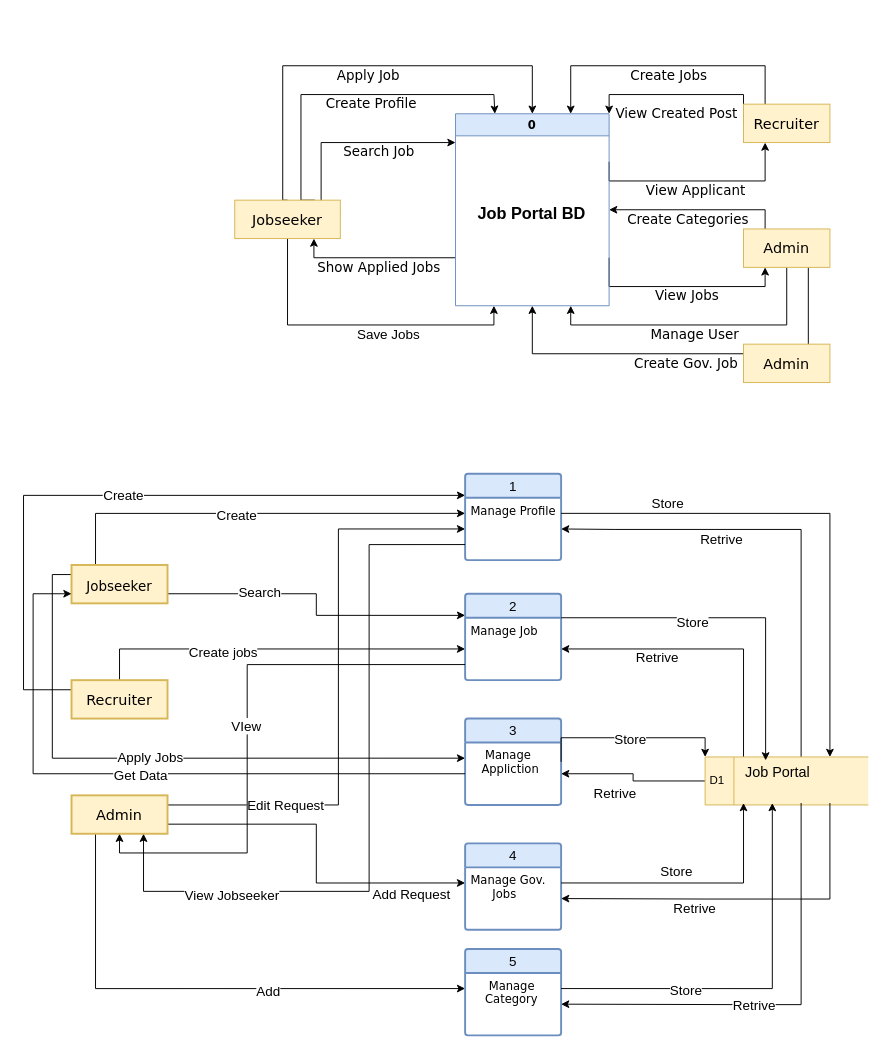
musaddak7/jobportalbd keeps this draw.io diagram as page "Page-1" (1 of 10) of public/uploads/Untitled Diagram.drawio. Above is the earlier version. Source tidied: cells renumbered, new cells numbered last; positions are measured from the earlier drawing's top-left corner, leaving out a move shared by most shapes. Both pictures are drawn from the tidied source at 96%, with x=0, y=0 at pixel (23, 65).
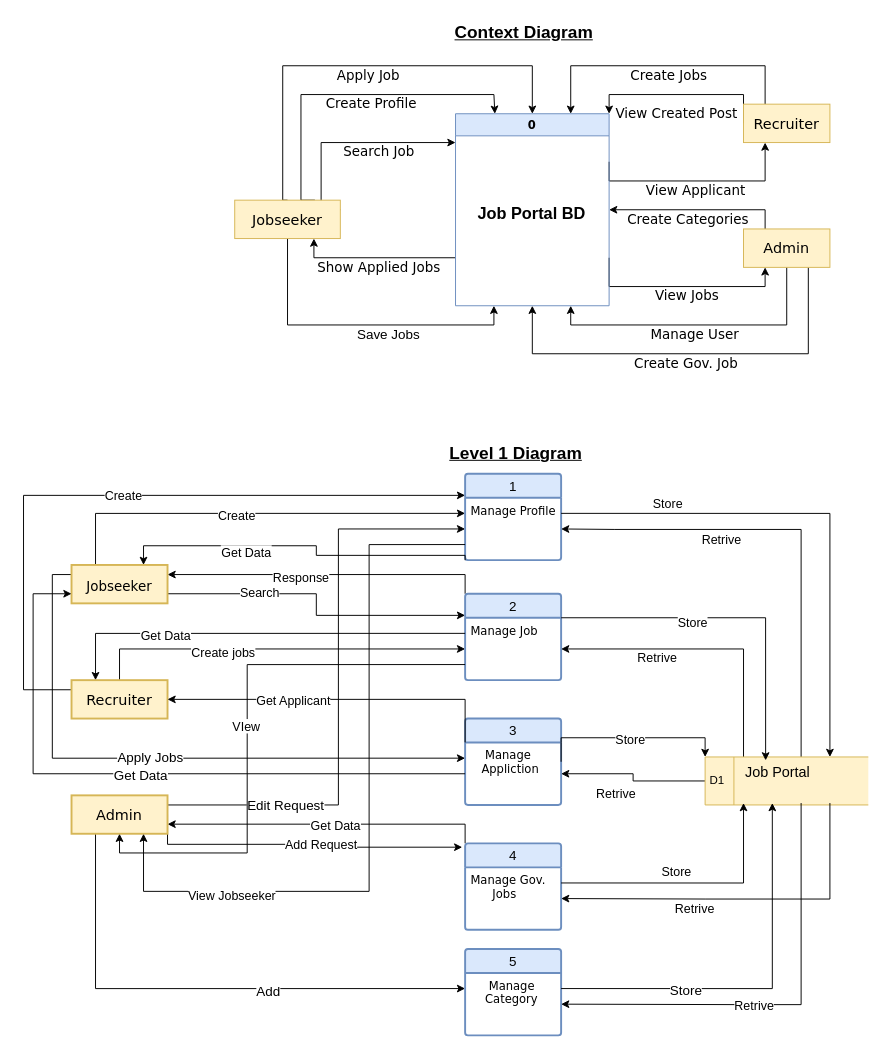
After the change.

The change refers to these unchanged cells:
```xml
<mxCell id="19" value="1" style="swimlane;horizontal=1;startSize=25;rounded=1;fontSize=14;fontStyle=0;strokeWidth=2;shadow=0;dashed=0;align=center;arcSize=4;whiteSpace=wrap;html=1;fillColor=#dae8fc;strokeColor=#6c8ebf;" parent="1" vertex="1">
  <mxGeometry x="460" y="425" width="100" height="90" as="geometry" />
</mxCell>
<mxCell id="20" value="&lt;div&gt;&lt;font style=&quot;font-size: 12px;&quot; face=&quot;Verdana&quot;&gt;Manage Profile&lt;/font&gt;&lt;/div&gt;" style="align=left;strokeColor=none;fillColor=none;spacingLeft=4;fontSize=12;verticalAlign=top;html=1;" parent="19" vertex="1">
  <mxGeometry y="25" width="100" height="65" as="geometry" />
</mxCell>
<mxCell id="21" value="2" style="swimlane;horizontal=1;startSize=25;rounded=1;fontSize=14;fontStyle=0;strokeWidth=2;shadow=0;dashed=0;align=center;arcSize=4;whiteSpace=wrap;html=1;fillColor=#dae8fc;strokeColor=#6c8ebf;" parent="1" vertex="1">
  <mxGeometry x="460" y="550" width="100" height="90" as="geometry" />
</mxCell>
<mxCell id="22" value="&lt;font style=&quot;font-size: 12px;&quot; face=&quot;Verdana&quot;&gt;Manage Job&lt;/font&gt;&lt;div&gt;&lt;br&gt;&lt;/div&gt;" style="align=left;strokeColor=none;fillColor=none;spacingLeft=4;fontSize=12;verticalAlign=top;html=1;" parent="21" vertex="1">
  <mxGeometry y="25" width="100" height="65" as="geometry" />
</mxCell>
<mxCell id="24" value="&lt;div&gt;&lt;font face=&quot;Verdana&quot;&gt;&amp;nbsp; &amp;nbsp; Manage&lt;/font&gt;&lt;/div&gt;&lt;div&gt;&lt;font face=&quot;Verdana&quot;&gt;&amp;nbsp;&amp;nbsp; Appliction&lt;/font&gt;&lt;/div&gt;" style="align=left;strokeColor=none;fillColor=none;spacingLeft=4;fontSize=12;verticalAlign=top;html=1;" parent="23" vertex="1">
  <mxGeometry y="25" width="100" height="65" as="geometry" />
</mxCell>
<mxCell id="25" value="4" style="swimlane;horizontal=1;startSize=25;rounded=1;fontSize=14;fontStyle=0;strokeWidth=2;shadow=0;dashed=0;align=center;arcSize=4;whiteSpace=wrap;html=1;fillColor=#dae8fc;strokeColor=#6c8ebf;" parent="1" vertex="1">
  <mxGeometry x="460" y="810" width="100" height="90" as="geometry" />
</mxCell>
<mxCell id="26" value="&lt;div&gt;&lt;font face=&quot;Verdana&quot;&gt;Manage Gov.&lt;/font&gt;&lt;/div&gt;&lt;div&gt;&lt;font face=&quot;Verdana&quot;&gt;&amp;nbsp;&amp;nbsp;&amp;nbsp;&amp;nbsp;&amp;nbsp; Jobs&lt;br&gt;&lt;/font&gt;&lt;/div&gt;" style="align=left;strokeColor=none;fillColor=none;spacingLeft=4;fontSize=12;verticalAlign=top;html=1;" parent="25" vertex="1">
  <mxGeometry y="25" width="100" height="65" as="geometry" />
</mxCell>
<mxCell id="27" style="edgeStyle=orthogonalEdgeStyle;rounded=0;jettySize=auto;html=1;exitX=1;exitY=0.25;exitDx=0;exitDy=0;entryX=0;entryY=0.25;entryDx=0;entryDy=0;" parent="1" edge="1" source="33" target="21">
  <mxGeometry relative="1" as="geometry">
    <Array as="points">
      <mxPoint x="150" y="550" />
      <mxPoint x="305" y="550" />
      <mxPoint x="305" y="573" />
    </Array>
  </mxGeometry>
</mxCell>
<mxCell id="31" style="edgeStyle=orthogonalEdgeStyle;rounded=0;jettySize=auto;html=1;exitX=0.25;exitY=0;exitDx=0;exitDy=0;entryX=0;entryY=0.25;entryDx=0;entryDy=0;" parent="1" edge="1" source="33" target="20">
  <mxGeometry relative="1" as="geometry" />
</mxCell>
<mxCell id="33" value="&lt;font face=&quot;Verdana&quot; style=&quot;font-size: 14px;&quot;&gt;Jobseeker&lt;/font&gt;" style="whiteSpace=wrap;html=1;align=center;labelBackgroundColor=none;labelBorderColor=none;fontSize=14;spacing=20;spacingTop=6;strokeWidth=2;fillColor=#fff2cc;strokeColor=#d6b656;" parent="1" vertex="1">
  <mxGeometry x="50" y="520" width="100" height="40" as="geometry" />
</mxCell>
<mxCell id="35" style="edgeStyle=orthogonalEdgeStyle;rounded=0;jettySize=auto;html=1;exitX=0.5;exitY=0;exitDx=0;exitDy=0;entryX=0;entryY=0.5;entryDx=0;entryDy=0;" parent="1" edge="1" source="37" target="22">
  <mxGeometry relative="1" as="geometry" />
</mxCell>
<mxCell id="37" value="&lt;font face=&quot;Verdana&quot; style=&quot;font-size: 15px;&quot;&gt;Recruiter&lt;/font&gt;" style="whiteSpace=wrap;html=1;align=center;strokeWidth=2;fillColor=#fff2cc;strokeColor=#d6b656;" parent="1" vertex="1">
  <mxGeometry x="50" y="640" width="100" height="40" as="geometry" />
</mxCell>
<mxCell id="45" value="&lt;font style=&quot;font-size: 15px;&quot; face=&quot;Verdana&quot;&gt;Admin&lt;/font&gt;" style="whiteSpace=wrap;html=1;align=center;strokeWidth=2;fillColor=#fff2cc;strokeColor=#d6b656;" parent="1" vertex="1">
  <mxGeometry x="50" y="760" width="100" height="40" as="geometry" />
</mxCell>
<mxCell id="46" style="edgeStyle=orthogonalEdgeStyle;rounded=0;jettySize=auto;html=1;exitX=0.5;exitY=0;exitDx=0;exitDy=0;entryX=1;entryY=0.5;entryDx=0;entryDy=0;" parent="1" edge="1" source="52" target="20">
  <mxGeometry relative="1" as="geometry">
    <Array as="points">
      <mxPoint x="810" y="483" />
      <mxPoint x="616" y="483" />
    </Array>
  </mxGeometry>
</mxCell>
<mxCell id="53" style="rounded=0;jettySize=auto;html=1;exitX=1;exitY=0;exitDx=0;exitDy=0;entryX=0.192;entryY=0.075;entryDx=0;entryDy=0;entryPerimeter=0;edgeStyle=orthogonalEdgeStyle;" parent="1" edge="1" source="22" target="52">
  <mxGeometry relative="1" as="geometry">
    <Array as="points">
      <mxPoint x="773" y="575" />
    </Array>
  </mxGeometry>
</mxCell>
<mxCell id="55" style="edgeStyle=orthogonalEdgeStyle;rounded=0;jettySize=auto;html=1;exitX=1;exitY=0.5;exitDx=0;exitDy=0;entryX=0;entryY=0;entryDx=0;entryDy=0;" parent="1" edge="1" source="23" target="51">
  <mxGeometry relative="1" as="geometry">
    <Array as="points">
      <mxPoint x="560" y="700" />
      <mxPoint x="710" y="700" />
    </Array>
  </mxGeometry>
</mxCell>
<mxCell id="57" style="edgeStyle=orthogonalEdgeStyle;rounded=0;jettySize=auto;html=1;exitX=0;exitY=0.75;exitDx=0;exitDy=0;entryX=0.75;entryY=1;entryDx=0;entryDy=0;" parent="1" edge="1" source="20" target="45">
  <mxGeometry relative="1" as="geometry">
    <Array as="points">
      <mxPoint x="360" y="499" />
      <mxPoint x="360" y="860" />
      <mxPoint x="125" y="860" />
    </Array>
  </mxGeometry>
</mxCell>
<mxCell id="63" style="edgeStyle=orthogonalEdgeStyle;rounded=0;jettySize=auto;html=1;exitX=0.5;exitY=1;exitDx=0;exitDy=0;entryX=1;entryY=0.5;entryDx=0;entryDy=0;" parent="1" edge="1" source="52" target="62">
  <mxGeometry relative="1" as="geometry">
    <Array as="points">
      <mxPoint x="810" y="978" />
      <mxPoint x="750" y="978" />
    </Array>
  </mxGeometry>
</mxCell>
<mxCell id="67" style="edgeStyle=orthogonalEdgeStyle;rounded=0;jettySize=auto;html=1;exitX=1;exitY=0.25;exitDx=0;exitDy=0;entryX=0.75;entryY=0;entryDx=0;entryDy=0;" parent="1" edge="1" source="20" target="52">
  <mxGeometry relative="1" as="geometry" />
</mxCell>
<mxCell id="74" style="edgeStyle=orthogonalEdgeStyle;rounded=0;jettySize=auto;html=1;exitX=0;exitY=0.75;exitDx=0;exitDy=0;entryX=0.5;entryY=1;entryDx=0;entryDy=0;" parent="1" edge="1" source="22" target="45">
  <mxGeometry relative="1" as="geometry">
    <Array as="points">
      <mxPoint x="233" y="624" />
      <mxPoint x="233" y="820" />
      <mxPoint x="100" y="820" />
    </Array>
  </mxGeometry>
</mxCell>
```

What changed in the source:
```diff
@@
+    <mxCell id="76" style="edgeStyle=orthogonalEdgeStyle;rounded=0;jettySize=auto;html=1;exitX=0;exitY=0;exitDx=0;exitDy=0;" parent="1" edge="1" source="21" target="33">
+      <mxGeometry relative="1" as="geometry">
+        <Array as="points">
+          <mxPoint x="460" y="530" />
+        </Array>
+      </mxGeometry>
+    </mxCell>
+    <mxCell id="77" value="&lt;font style=&quot;font-size: 13px;&quot;&gt;Response&lt;/font&gt;" style="edgeLabel;html=1;align=center;verticalAlign=middle;" parent="76" vertex="1">
+      <mxGeometry x="0.16" y="2" relative="1" as="geometry">
+        <mxPoint x="-1" as="offset" />
+      </mxGeometry>
+    </mxCell>
@@
+    <mxCell id="78" style="edgeStyle=orthogonalEdgeStyle;rounded=0;jettySize=auto;html=1;exitX=0;exitY=0;exitDx=0;exitDy=0;entryX=1;entryY=0.75;entryDx=0;entryDy=0;" parent="1" edge="1" source="25" target="45">
+      <mxGeometry relative="1" as="geometry" />
+    </mxCell>
+    <mxCell id="79" value="&lt;font style=&quot;font-size: 13px;&quot;&gt;Get Data&lt;br&gt;&lt;/font&gt;" style="edgeLabel;html=1;align=center;verticalAlign=middle;" parent="78" vertex="1">
+      <mxGeometry x="-0.11" y="4" relative="1" as="geometry">
+        <mxPoint x="-9" y="-3" as="offset" />
+      </mxGeometry>
+    </mxCell>
@@
-    <mxCell id="28" value="&lt;font style=&quot;font-size: 14px;&quot;&gt;Search&lt;/font&gt;" style="edgeLabel;html=1;align=center;verticalAlign=middle;" parent="27" vertex="1">
+    <mxCell id="28" value="&lt;font style=&quot;font-size: 13px;&quot;&gt;Search&lt;/font&gt;" style="edgeLabel;html=1;align=center;verticalAlign=middle;" parent="27" vertex="1">
       <mxGeometry x="-0.35" y="2" relative="1" as="geometry" />
     </mxCell>
@@
-    <mxCell id="32" value="&lt;font style=&quot;font-size: 14px;&quot;&gt;Create&lt;/font&gt;" style="edgeLabel;html=1;align=center;verticalAlign=middle;" parent="31" vertex="1">
+    <mxCell id="32" value="&lt;font style=&quot;font-size: 13px;&quot;&gt;Create&lt;/font&gt;" style="edgeLabel;html=1;align=center;verticalAlign=middle;" parent="31" vertex="1">
       <mxGeometry x="-0.09" y="-2" relative="1" as="geometry" />
     </mxCell>
@@
-    <mxCell id="34" value="&lt;font style=&quot;font-size: 14px;&quot;&gt;Create&lt;/font&gt;" style="edgeStyle=orthogonalEdgeStyle;rounded=0;jettySize=auto;html=1;exitX=0;exitY=0.25;exitDx=0;exitDy=0;entryX=0;entryY=0.25;entryDx=0;entryDy=0;" parent="1" edge="1" source="37" target="19">
+    <mxCell id="34" value="&lt;font style=&quot;font-size: 13px;&quot;&gt;Create&lt;/font&gt;" style="edgeStyle=orthogonalEdgeStyle;rounded=0;jettySize=auto;html=1;exitX=0;exitY=0.25;exitDx=0;exitDy=0;entryX=0;entryY=0.25;entryDx=0;entryDy=0;" parent="1" edge="1" source="37" target="19">
       <mxGeometry relative="1" as="geometry">
         <Array as="points">
           <mxPoint y="650" />
           <mxPoint y="448" />
         </Array>
       </mxGeometry>
     </mxCell>
@@
-    <mxCell id="36" value="&lt;font style=&quot;font-size: 14px;&quot;&gt;Create jobs&lt;/font&gt;" style="edgeLabel;html=1;align=center;verticalAlign=middle;" parent="35" vertex="1">
+    <mxCell id="36" value="&lt;font style=&quot;font-size: 13px;&quot;&gt;Create jobs&lt;/font&gt;" style="edgeLabel;html=1;align=center;verticalAlign=middle;" parent="35" vertex="1">
       <mxGeometry x="-0.29" y="-2" relative="1" as="geometry">
         <mxPoint x="1" y="1" as="offset" />
       </mxGeometry>
     </mxCell>
@@
-    <mxCell id="38" value="&lt;font style=&quot;font-size: 15px;&quot; face=&quot;Verdana&quot;&gt;Admin&lt;/font&gt;" style="rounded=0;whiteSpace=wrap;html=1;fillColor=#fff2cc;strokeColor=#d6b656;" parent="1" vertex="1">
-      <mxGeometry x="750" y="290" width="90" height="40" as="geometry" />
-    </mxCell>
-    <mxCell id="39" style="edgeStyle=orthogonalEdgeStyle;rounded=0;jettySize=auto;html=1;exitX=1;exitY=0.5;exitDx=0;exitDy=0;entryX=0;entryY=0.25;entryDx=0;entryDy=0;" parent="1" edge="1" source="45" target="26">
+    <mxCell id="39" style="edgeStyle=orthogonalEdgeStyle;rounded=0;jettySize=auto;html=1;exitX=1;exitY=0.5;exitDx=0;exitDy=0;" parent="1" edge="1" source="45">
       <mxGeometry relative="1" as="geometry">
+        <mxPoint x="457" y="814" as="targetPoint" />
         <Array as="points">
-          <mxPoint x="150" y="790" />
-          <mxPoint x="305" y="790" />
-          <mxPoint x="305" y="851" />
+          <mxPoint x="150" y="811" />
+          <mxPoint x="305" y="811" />
+          <mxPoint x="305" y="814" />
         </Array>
       </mxGeometry>
     </mxCell>
-    <mxCell id="40" value="&lt;font style=&quot;font-size: 14px;&quot;&gt;Add Request&lt;br&gt;&lt;/font&gt;" style="edgeLabel;html=1;align=center;verticalAlign=middle;" parent="39" vertex="1">
+    <mxCell id="40" value="&lt;font style=&quot;font-size: 13px;&quot;&gt;Add Request&lt;br&gt;&lt;/font&gt;" style="edgeLabel;html=1;align=center;verticalAlign=middle;" parent="39" vertex="1">
       <mxGeometry x="-0.29" y="-1" relative="1" as="geometry">
-        <mxPoint x="128" y="71" as="offset" />
+        <mxPoint x="69" y="-2" as="offset" />
       </mxGeometry>
     </mxCell>
@@
-    <mxCell id="47" value="&lt;font style=&quot;font-size: 14px;&quot;&gt;Retrive&lt;/font&gt;" style="edgeLabel;html=1;align=center;verticalAlign=middle;" parent="46" vertex="1">
+    <mxCell id="47" value="&lt;font style=&quot;font-size: 13px;&quot;&gt;Retrive&lt;/font&gt;" style="edgeLabel;html=1;align=center;verticalAlign=middle;" parent="46" vertex="1">
       <mxGeometry x="-0.02" y="2" relative="1" as="geometry">
         <mxPoint x="-82" y="8" as="offset" />
       </mxGeometry>
     </mxCell>
-    <mxCell id="48" value="&lt;font style=&quot;font-size: 14px;&quot;&gt;Retrive&lt;/font&gt;" style="edgeLabel;html=1;align=center;verticalAlign=middle;" parent="46" vertex="1">
+    <mxCell id="48" value="&lt;font style=&quot;font-size: 13px;&quot;&gt;Retrive&lt;/font&gt;" style="edgeLabel;html=1;align=center;verticalAlign=middle;" parent="46" vertex="1">
       <mxGeometry x="-0.02" y="2" relative="1" as="geometry">
         <mxPoint x="-149" y="131" as="offset" />
       </mxGeometry>
     </mxCell>
@@
-    <mxCell id="54" value="&lt;font style=&quot;font-size: 14px;&quot;&gt;Store&lt;/font&gt;" style="edgeLabel;html=1;align=center;verticalAlign=middle;" parent="53" vertex="1">
+    <mxCell id="54" value="&lt;font style=&quot;font-size: 13px;&quot;&gt;Store&lt;/font&gt;" style="edgeLabel;html=1;align=center;verticalAlign=middle;" parent="53" vertex="1">
       <mxGeometry x="-0.25" y="-4" relative="1" as="geometry" />
     </mxCell>
@@
-    <mxCell id="56" value="&lt;font style=&quot;font-size: 14px;&quot;&gt;Store&lt;/font&gt;" style="edgeLabel;html=1;align=center;verticalAlign=middle;" parent="55" vertex="1">
+    <mxCell id="56" value="&lt;font style=&quot;font-size: 13px;&quot;&gt;Store&lt;/font&gt;" style="edgeLabel;html=1;align=center;verticalAlign=middle;" parent="55" vertex="1">
       <mxGeometry x="-0.02" y="-1" relative="1" as="geometry" />
     </mxCell>
@@
-    <mxCell id="58" value="&lt;font style=&quot;font-size: 14px;&quot;&gt;View Jobseeker&lt;/font&gt;" style="edgeLabel;html=1;align=center;verticalAlign=middle;" parent="57" vertex="1">
+    <mxCell id="58" value="&lt;font style=&quot;font-size: 13px;&quot;&gt;View Jobseeker&lt;/font&gt;" style="edgeLabel;html=1;align=center;verticalAlign=middle;" parent="57" vertex="1">
       <mxGeometry x="0.6" y="3" relative="1" as="geometry" />
     </mxCell>
@@
-    <mxCell id="64" value="&lt;font style=&quot;font-size: 14px;&quot;&gt;Retrive&lt;/font&gt;" style="edgeLabel;html=1;align=center;verticalAlign=middle;" parent="63" vertex="1">
+    <mxCell id="64" value="&lt;font style=&quot;font-size: 13px;&quot;&gt;Retrive&lt;/font&gt;" style="edgeLabel;html=1;align=center;verticalAlign=middle;" parent="63" vertex="1">
       <mxGeometry x="0.11" y="3" relative="1" as="geometry">
         <mxPoint x="-67" y="-104" as="offset" />
       </mxGeometry>
     </mxCell>
-    <mxCell id="65" value="&lt;font style=&quot;font-size: 14px;&quot;&gt;Retrive&lt;/font&gt;" style="edgeLabel;html=1;align=center;verticalAlign=middle;" parent="63" vertex="1">
+    <mxCell id="65" value="&lt;font style=&quot;font-size: 13px;&quot;&gt;Retrive&lt;/font&gt;" style="edgeLabel;html=1;align=center;verticalAlign=middle;" parent="63" vertex="1">
       <mxGeometry x="0.11" y="3" relative="1" as="geometry">
         <mxPoint x="-5" y="-3" as="offset" />
       </mxGeometry>
     </mxCell>
@@
-    <mxCell id="68" value="&lt;font style=&quot;font-size: 14px;&quot;&gt;Store&lt;/font&gt;" style="edgeLabel;html=1;align=center;verticalAlign=middle;" parent="67" vertex="1">
+    <mxCell id="68" value="&lt;font style=&quot;font-size: 13px;&quot;&gt;Store&lt;/font&gt;" style="edgeLabel;html=1;align=center;verticalAlign=middle;" parent="67" vertex="1">
       <mxGeometry x="-0.31" y="-3" relative="1" as="geometry">
         <mxPoint x="-73" y="-14" as="offset" />
       </mxGeometry>
     </mxCell>
@@
-    <mxCell id="72" value="&lt;font style=&quot;font-size: 14px;&quot;&gt;Store&lt;/font&gt;" style="text;html=1;align=center;verticalAlign=middle;strokeColor=none;fillColor=none;" parent="1" vertex="1">
-      <mxGeometry x="654" y="824" width="51" height="29" as="geometry" />
+    <mxCell id="72" value="&lt;font style=&quot;font-size: 13px;&quot;&gt;Store&lt;/font&gt;" style="text;html=1;align=center;verticalAlign=middle;strokeColor=none;fillColor=none;" parent="1" vertex="1">
+      <mxGeometry x="655" y="825" width="49" height="28" as="geometry" />
     </mxCell>
-    <mxCell id="73" value="&lt;font style=&quot;font-size: 14px;&quot;&gt;Retrive&lt;/font&gt;" style="text;html=1;align=center;verticalAlign=middle;strokeColor=none;fillColor=none;" parent="1" vertex="1">
-      <mxGeometry x="585" y="743" width="62" height="29" as="geometry" />
+    <mxCell id="73" value="&lt;font style=&quot;font-size: 13px;&quot;&gt;Retrive&lt;/font&gt;" style="text;html=1;align=center;verticalAlign=middle;strokeColor=none;fillColor=none;" parent="1" vertex="1">
+      <mxGeometry x="587" y="744" width="59" height="28" as="geometry" />
     </mxCell>
@@
-    <mxCell id="75" value="&lt;font style=&quot;font-size: 14px;&quot;&gt;VIew&lt;/font&gt;" style="edgeLabel;html=1;align=center;verticalAlign=middle;" parent="74" vertex="1">
+    <mxCell id="75" value="&lt;font style=&quot;font-size: 13px;&quot;&gt;VIew&lt;/font&gt; " style="edgeLabel;html=1;align=center;verticalAlign=middle;" parent="74" vertex="1">
       <mxGeometry x="0.01" y="-2" relative="1" as="geometry" />
     </mxCell>
+    <mxCell id="80" value="&lt;b&gt;&lt;u&gt;&lt;font style=&quot;font-size: 18px;&quot;&gt;Context Diagram&lt;/font&gt;&lt;/u&gt;&lt;/b&gt;" style="text;html=1;align=center;verticalAlign=middle;strokeColor=none;fillColor=none;" parent="1" vertex="1">
+      <mxGeometry x="440" y="-51" width="162" height="34" as="geometry" />
+    </mxCell>
+    <mxCell id="81" value="&lt;font style=&quot;font-size: 18px;&quot;&gt;&lt;b&gt;Level 1 Diagram&lt;br&gt;&lt;/b&gt;&lt;/font&gt;" style="text;whiteSpace=wrap;html=1;fontStyle=4;" parent="1" vertex="1">
+      <mxGeometry x="442" y="387" width="440" height="60" as="geometry" />
+    </mxCell>
+    <mxCell id="82" style="edgeStyle=orthogonalEdgeStyle;rounded=0;jettySize=auto;html=1;exitX=0;exitY=1;exitDx=0;exitDy=0;entryX=0.75;entryY=0;entryDx=0;entryDy=0;" parent="1" edge="1" source="20" target="33">
+      <mxGeometry relative="1" as="geometry">
+        <Array as="points">
+          <mxPoint x="460" y="510" />
+          <mxPoint x="305" y="510" />
+          <mxPoint x="305" y="500" />
+          <mxPoint x="125" y="500" />
+        </Array>
+      </mxGeometry>
+    </mxCell>
+    <mxCell id="83" value="&lt;font style=&quot;font-size: 13px;&quot;&gt;Get Data&lt;/font&gt;" style="edgeLabel;html=1;align=center;verticalAlign=middle;" parent="82" vertex="1">
+      <mxGeometry x="0.32" y="6" relative="1" as="geometry" />
+    </mxCell>
+    <mxCell id="84" style="edgeStyle=orthogonalEdgeStyle;rounded=0;jettySize=auto;html=1;exitX=0;exitY=0.25;exitDx=0;exitDy=0;entryX=0.25;entryY=0;entryDx=0;entryDy=0;" parent="1" edge="1" source="22" target="37">
+      <mxGeometry relative="1" as="geometry" />
+    </mxCell>
+    <mxCell id="85" value="&lt;font style=&quot;font-size: 13px;&quot;&gt;Get Data&lt;br&gt;&lt;/font&gt;" style="edgeLabel;html=1;align=center;verticalAlign=middle;" parent="84" vertex="1">
+      <mxGeometry x="0.44" y="2" relative="1" as="geometry">
+        <mxPoint x="-1" as="offset" />
+      </mxGeometry>
+    </mxCell>
+    <mxCell id="86" style="edgeStyle=orthogonalEdgeStyle;rounded=0;jettySize=auto;html=1;exitX=0;exitY=0;exitDx=0;exitDy=0;entryX=1;entryY=0.5;entryDx=0;entryDy=0;" parent="1" edge="1" source="24" target="37">
+      <mxGeometry relative="1" as="geometry" />
+    </mxCell>
+    <mxCell id="87" value="&lt;font style=&quot;font-size: 13px;&quot;&gt;Get Applicant&lt;br&gt;&lt;/font&gt;" style="edgeLabel;html=1;align=center;verticalAlign=middle;" parent="86" vertex="1">
+      <mxGeometry x="0.29" y="4" relative="1" as="geometry">
+        <mxPoint x="4" y="-4" as="offset" />
+      </mxGeometry>
+    </mxCell>
```
